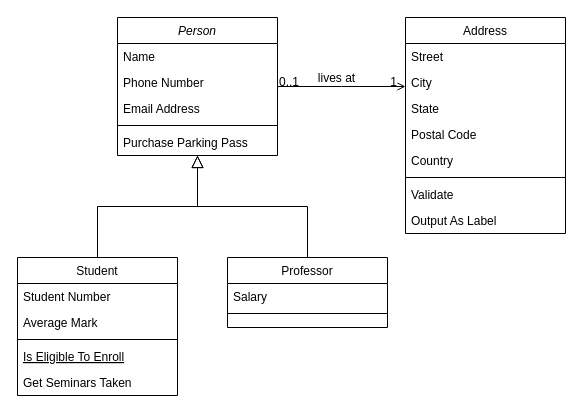
Before: Untitled Diagram.drawio in Crawler-Securities/general-design, a draw.io diagram. Source tidied: cells renumbered, new cells numbered last; positions are measured from the earlier drawing's top-left corner, leaving out a move shared by most shapes. Both pictures are drawn from the tidied source at 100%, with x=0, y=0 at pixel (17, 17).
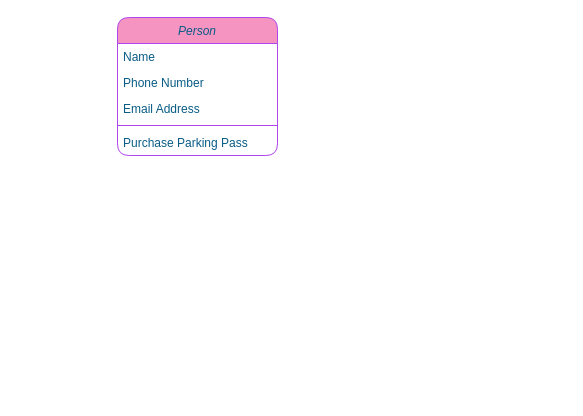
The same page after the edit.

What changed in the source:
```diff
@@
-    <mxCell id="2" value="Person" style="swimlane;fontStyle=2;align=center;verticalAlign=top;horizontal=1;startSize=26;rounded=0;shadow=0;strokeWidth=1;" parent="1" vertex="1">
+    <mxCell id="2" value="Person" style="swimlane;fontStyle=2;align=center;verticalAlign=top;horizontal=1;startSize=26;rounded=1;shadow=0;strokeWidth=1;labelBackgroundColor=none;fillColor=#F694C1;strokeColor=#AF45ED;fontColor=#095C86;" parent="1" vertex="1">
       <mxGeometry x="100" width="160" height="138" as="geometry" />
     </mxCell>
-    <mxCell id="3" value="Name" style="text;align=left;verticalAlign=top;spacingLeft=4;spacingRight=4;overflow=hidden;" parent="2" vertex="1">
+    <mxCell id="3" value="Name" style="text;align=left;verticalAlign=top;spacingLeft=4;spacingRight=4;overflow=hidden;rounded=1;labelBackgroundColor=none;fontColor=#095C86;" parent="2" vertex="1">
       <mxGeometry y="26" width="160" height="26" as="geometry" />
     </mxCell>
-    <mxCell id="4" value="Phone Number" style="text;align=left;verticalAlign=top;spacingLeft=4;spacingRight=4;overflow=hidden;rounded=0;shadow=0;html=0;" parent="2" vertex="1">
+    <mxCell id="4" value="Phone Number" style="text;align=left;verticalAlign=top;spacingLeft=4;spacingRight=4;overflow=hidden;rounded=1;shadow=0;html=0;labelBackgroundColor=none;fontColor=#095C86;" parent="2" vertex="1">
       <mxGeometry y="52" width="160" height="26" as="geometry" />
     </mxCell>
-    <mxCell id="5" value="Email Address" style="text;align=left;verticalAlign=top;spacingLeft=4;spacingRight=4;overflow=hidden;rounded=0;shadow=0;html=0;" parent="2" vertex="1">
+    <mxCell id="5" value="Email Address" style="text;align=left;verticalAlign=top;spacingLeft=4;spacingRight=4;overflow=hidden;rounded=1;shadow=0;html=0;labelBackgroundColor=none;fontColor=#095C86;" parent="2" vertex="1">
       <mxGeometry y="78" width="160" height="26" as="geometry" />
     </mxCell>
-    <mxCell id="6" style="line;html=1;strokeWidth=1;align=left;verticalAlign=middle;spacingTop=-1;spacingLeft=3;spacingRight=3;labelPosition=right;" parent="2" vertex="1">
+    <mxCell id="6" style="line;html=1;strokeWidth=1;align=left;verticalAlign=middle;spacingTop=-1;spacingLeft=3;spacingRight=3;labelPosition=right;rounded=1;labelBackgroundColor=none;fillColor=#F694C1;strokeColor=#AF45ED;fontColor=#095C86;" parent="2" vertex="1">
       <mxGeometry y="104" width="160" height="8" as="geometry" />
     </mxCell>
-    <mxCell id="7" value="Purchase Parking Pass" style="text;align=left;verticalAlign=top;spacingLeft=4;spacingRight=4;overflow=hidden;" parent="2" vertex="1">
+    <mxCell id="7" value="Purchase Parking Pass" style="text;align=left;verticalAlign=top;spacingLeft=4;spacingRight=4;overflow=hidden;rounded=1;labelBackgroundColor=none;fontColor=#095C86;" parent="2" vertex="1">
       <mxGeometry y="112" width="160" height="26" as="geometry" />
     </mxCell>
-    <mxCell id="8" value="Student" style="swimlane;fontStyle=0;align=center;verticalAlign=top;horizontal=1;startSize=26;rounded=0;shadow=0;strokeWidth=1;" parent="1" vertex="1">
-      <mxGeometry y="240" width="160" height="138" as="geometry" />
-    </mxCell>
-    <mxCell id="9" value="Student Number" style="text;align=left;verticalAlign=top;spacingLeft=4;spacingRight=4;overflow=hidden;" parent="8" vertex="1">
-      <mxGeometry y="26" width="160" height="26" as="geometry" />
-    </mxCell>
-    <mxCell id="10" value="Average Mark" style="text;align=left;verticalAlign=top;spacingLeft=4;spacingRight=4;overflow=hidden;rounded=0;shadow=0;html=0;" parent="8" vertex="1">
-      <mxGeometry y="52" width="160" height="26" as="geometry" />
-    </mxCell>
-    <mxCell id="11" style="line;html=1;strokeWidth=1;align=left;verticalAlign=middle;spacingTop=-1;spacingLeft=3;spacingRight=3;labelPosition=right;" parent="8" vertex="1">
-      <mxGeometry y="78" width="160" height="8" as="geometry" />
-    </mxCell>
-    <mxCell id="12" value="Is Eligible To Enroll" style="text;align=left;verticalAlign=top;spacingLeft=4;spacingRight=4;overflow=hidden;fontStyle=4;" parent="8" vertex="1">
-      <mxGeometry y="86" width="160" height="26" as="geometry" />
-    </mxCell>
-    <mxCell id="13" value="Get Seminars Taken" style="text;align=left;verticalAlign=top;spacingLeft=4;spacingRight=4;overflow=hidden;" parent="8" vertex="1">
-      <mxGeometry y="112" width="160" height="26" as="geometry" />
-    </mxCell>
-    <mxCell id="14" style="endArrow=block;endSize=10;endFill=0;shadow=0;strokeWidth=1;rounded=0;edgeStyle=elbowEdgeStyle;elbow=vertical;" parent="1" edge="1" source="8" target="2">
-      <mxGeometry relative="1" as="geometry" />
-    </mxCell>
-    <mxCell id="15" value="Professor" style="swimlane;fontStyle=0;align=center;verticalAlign=top;horizontal=1;startSize=26;rounded=0;shadow=0;strokeWidth=1;" parent="1" vertex="1">
-      <mxGeometry x="210" y="240" width="160" height="70" as="geometry" />
-    </mxCell>
-    <mxCell id="16" value="Salary" style="text;align=left;verticalAlign=top;spacingLeft=4;spacingRight=4;overflow=hidden;" parent="15" vertex="1">
-      <mxGeometry y="26" width="160" height="26" as="geometry" />
-    </mxCell>
-    <mxCell id="17" style="line;html=1;strokeWidth=1;align=left;verticalAlign=middle;spacingTop=-1;spacingLeft=3;spacingRight=3;labelPosition=right;" parent="15" vertex="1">
-      <mxGeometry y="52" width="160" height="8" as="geometry" />
-    </mxCell>
-    <mxCell id="18" style="endArrow=block;endSize=10;endFill=0;shadow=0;strokeWidth=1;rounded=0;edgeStyle=elbowEdgeStyle;elbow=vertical;" parent="1" edge="1" source="15" target="2">
-      <mxGeometry relative="1" as="geometry" />
-    </mxCell>
-    <mxCell id="19" value="Address" style="swimlane;fontStyle=0;align=center;verticalAlign=top;horizontal=1;startSize=26;rounded=0;shadow=0;strokeWidth=1;" parent="1" vertex="1">
-      <mxGeometry x="388" width="160" height="216" as="geometry" />
-    </mxCell>
-    <mxCell id="20" value="Street" style="text;align=left;verticalAlign=top;spacingLeft=4;spacingRight=4;overflow=hidden;" parent="19" vertex="1">
-      <mxGeometry y="26" width="160" height="26" as="geometry" />
-    </mxCell>
-    <mxCell id="21" value="City" style="text;align=left;verticalAlign=top;spacingLeft=4;spacingRight=4;overflow=hidden;rounded=0;shadow=0;html=0;" parent="19" vertex="1">
-      <mxGeometry y="52" width="160" height="26" as="geometry" />
-    </mxCell>
-    <mxCell id="22" value="State" style="text;align=left;verticalAlign=top;spacingLeft=4;spacingRight=4;overflow=hidden;rounded=0;shadow=0;html=0;" parent="19" vertex="1">
-      <mxGeometry y="78" width="160" height="26" as="geometry" />
-    </mxCell>
-    <mxCell id="23" value="Postal Code" style="text;align=left;verticalAlign=top;spacingLeft=4;spacingRight=4;overflow=hidden;rounded=0;shadow=0;html=0;" parent="19" vertex="1">
-      <mxGeometry y="104" width="160" height="26" as="geometry" />
-    </mxCell>
-    <mxCell id="24" value="Country" style="text;align=left;verticalAlign=top;spacingLeft=4;spacingRight=4;overflow=hidden;rounded=0;shadow=0;html=0;" parent="19" vertex="1">
-      <mxGeometry y="130" width="160" height="26" as="geometry" />
-    </mxCell>
-    <mxCell id="25" style="line;html=1;strokeWidth=1;align=left;verticalAlign=middle;spacingTop=-1;spacingLeft=3;spacingRight=3;labelPosition=right;" parent="19" vertex="1">
-      <mxGeometry y="156" width="160" height="8" as="geometry" />
-    </mxCell>
-    <mxCell id="26" value="Validate" style="text;align=left;verticalAlign=top;spacingLeft=4;spacingRight=4;overflow=hidden;" parent="19" vertex="1">
-      <mxGeometry y="164" width="160" height="26" as="geometry" />
-    </mxCell>
-    <mxCell id="27" value="Output As Label" style="text;align=left;verticalAlign=top;spacingLeft=4;spacingRight=4;overflow=hidden;" parent="19" vertex="1">
-      <mxGeometry y="190" width="160" height="26" as="geometry" />
-    </mxCell>
-    <mxCell id="28" style="endArrow=open;shadow=0;strokeWidth=1;rounded=0;endFill=1;edgeStyle=elbowEdgeStyle;elbow=vertical;" parent="1" edge="1" source="2" target="19">
-      <mxGeometry x="0.5" y="41" relative="1" as="geometry">
-        <mxPoint x="-40" y="32" as="offset" />
-      </mxGeometry>
-    </mxCell>
-    <mxCell id="29" value="0..1" style="align=left;verticalAlign=bottom;labelBackgroundColor=none;fontSize=12;" parent="28" vertex="1">
-      <mxGeometry x="-1" relative="1" as="geometry">
-        <mxPoint y="4" as="offset" />
-      </mxGeometry>
-    </mxCell>
-    <mxCell id="30" value="1" style="align=right;verticalAlign=bottom;labelBackgroundColor=none;fontSize=12;" parent="28" vertex="1">
-      <mxGeometry x="1" relative="1" as="geometry">
-        <mxPoint x="-7" y="4" as="offset" />
-      </mxGeometry>
-    </mxCell>
-    <mxCell id="31" value="lives at" style="text;html=1;align=center;verticalAlign=middle;labelBackgroundColor=none;rounded=0;shadow=0;strokeWidth=1;fontSize=12;" parent="28" vertex="1">
-      <mxGeometry x="0.5" y="49" relative="1" as="geometry">
-        <mxPoint x="-38" y="40" as="offset" />
-      </mxGeometry>
-    </mxCell>
```
